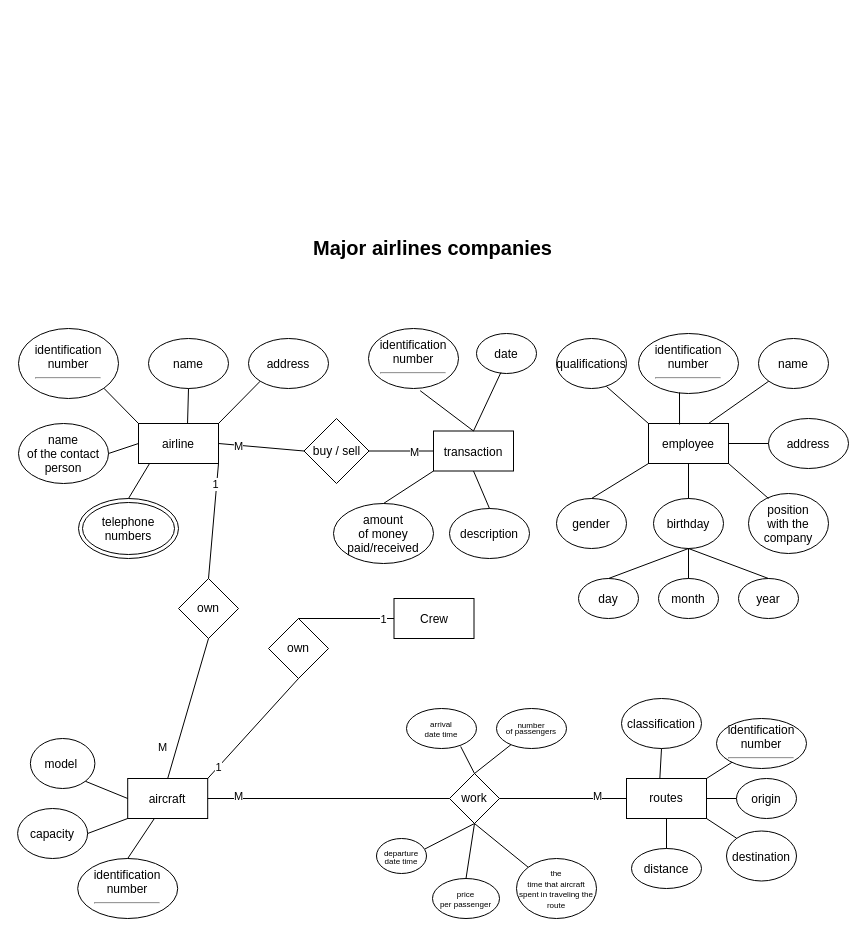
karimsherief/dotnet-erd keeps this draw.io diagram as Major airlines companies.drawio. Above is the earlier version. Source tidied: cells renumbered, new cells numbered last; positions are measured from the earlier drawing's top-left corner, leaving out a move shared by most shapes. Both pictures are drawn from the tidied source at 100%, with x=0, y=0 at pixel (17, 228).
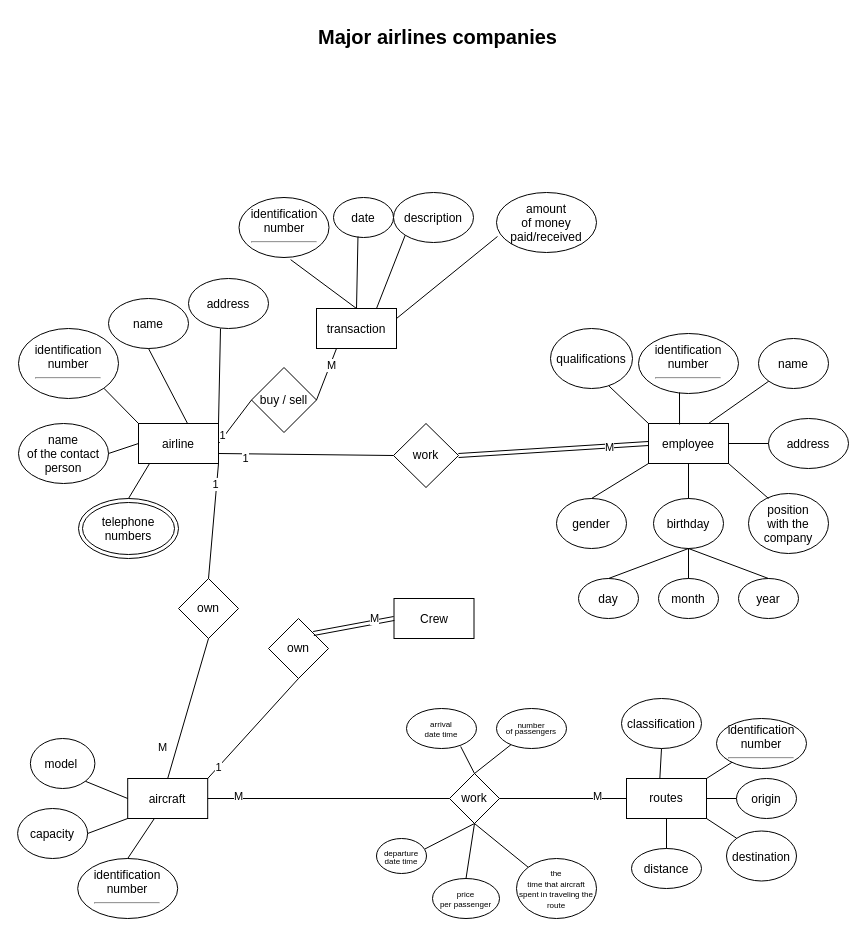
The same page after the edit.

The change refers to these unchanged cells:
```xml
<mxCell id="5" value="&lt;span style=&quot;font-family: Arial, sans-serif; position: relative; top: 0.5pt;&quot;&gt;&lt;font style=&quot;font-size: 12px;&quot;&gt;employee&lt;/font&gt;&lt;/span&gt;" style="rounded=0;whiteSpace=wrap;html=1;" parent="1" vertex="1">
  <mxGeometry x="631" y="195" width="80" height="40" as="geometry" />
</mxCell>
<mxCell id="6" value="&lt;span style=&quot;font-family: Arial, sans-serif; position: relative; top: 0.5pt;&quot;&gt;&lt;font style=&quot;font-size: 12px;&quot;&gt;airline&lt;/font&gt;&lt;/span&gt;" style="rounded=0;whiteSpace=wrap;html=1;" parent="1" vertex="1">
  <mxGeometry x="121" y="195" width="80" height="40" as="geometry" />
</mxCell>
<mxCell id="73" value="own" style="rhombus;whiteSpace=wrap;html=1;" parent="1" vertex="1">
  <mxGeometry x="251" y="390" width="60" height="60" as="geometry" />
</mxCell>
<mxCell id="76" value="&lt;span style=&quot;font-family: Arial, sans-serif; position: relative; top: 0.5pt;&quot;&gt;&lt;font style=&quot;font-size: 12px;&quot;&gt;Crew&lt;/font&gt;&lt;/span&gt;" style="rounded=0;whiteSpace=wrap;html=1;" parent="1" vertex="1">
  <mxGeometry x="376.5" y="370" width="80" height="40" as="geometry" />
</mxCell>
<mxCell id="80" style="endArrow=none;html=1;rounded=0;entryX=1;entryY=0.5;entryDx=0;entryDy=0;exitX=0;exitY=0.5;exitDx=0;exitDy=0;" parent="1" edge="1" source="79" target="6">
  <mxGeometry relative="1" as="geometry" />
</mxCell>
```

What changed in the source:
```diff
@@
     <mxCell id="2" value="&lt;b style=&quot;mso-bidi-font-weight:normal&quot;&gt;&lt;span style=&quot;font-family: Arial, sans-serif; position: relative; top: 0.5pt;&quot;&gt;&lt;font style=&quot;font-size: 20px;&quot;&gt;Major airlines companies&lt;/font&gt;&lt;/span&gt;&lt;/b&gt;" style="text;whiteSpace=wrap;html=1;fixedWidth=0;" parent="1" vertex="1">
-      <mxGeometry x="294" width="245" height="40" as="geometry" />
+      <mxGeometry x="299" y="-211" width="245" height="40" as="geometry" />
     </mxCell>
@@
     <mxCell id="9" value="&lt;span style=&quot;font-family: Arial, sans-serif; position: relative; top: 0.5pt;&quot;&gt;&lt;font style=&quot;font-size: 12px;&quot;&gt;name&lt;/font&gt;&lt;/span&gt;" style="ellipse;whiteSpace=wrap;html=1;" parent="1" vertex="1">
-      <mxGeometry x="131" y="110" width="80" height="50" as="geometry" />
+      <mxGeometry x="91" y="70" width="80" height="50" as="geometry" />
     </mxCell>
     <mxCell id="10" value="&lt;span style=&quot;font-family: Arial, sans-serif; position: relative; top: 0.5pt;&quot;&gt;&lt;font style=&quot;font-size: 12px;&quot;&gt;address&lt;/font&gt;&lt;/span&gt;" style="ellipse;whiteSpace=wrap;html=1;" parent="1" vertex="1">
-      <mxGeometry x="231" y="110" width="80" height="50" as="geometry" />
+      <mxGeometry x="171" y="50" width="80" height="50" as="geometry" />
     </mxCell>
@@
-    <mxCell id="16" style="endArrow=none;html=1;rounded=0;entryX=1;entryY=0;entryDx=0;entryDy=0;exitX=0;exitY=1;exitDx=0;exitDy=0;" parent="1" edge="1" source="10" target="6">
+    <mxCell id="16" style="endArrow=none;html=1;rounded=0;entryX=1;entryY=0;entryDx=0;entryDy=0;exitX=0.4;exitY=1;exitDx=0;exitDy=0;exitPerimeter=0;" parent="1" edge="1" source="10" target="6">
       <mxGeometry relative="1" as="geometry" />
     </mxCell>
@@
     <mxCell id="18" value="&lt;span style=&quot;font-family: Arial, sans-serif; position: relative; top: 0.5pt;&quot;&gt;&lt;font style=&quot;font-size: 12px;&quot;&gt;qualifications&lt;/font&gt;&lt;/span&gt;" style="ellipse;whiteSpace=wrap;html=1;" parent="1" vertex="1">
-      <mxGeometry x="539" y="110" width="70" height="50" as="geometry" />
+      <mxGeometry x="533" y="100" width="82" height="60" as="geometry" />
     </mxCell>
@@
-    <mxCell id="77" style="endArrow=none;html=1;rounded=0;entryX=0.5;entryY=0;entryDx=0;entryDy=0;exitX=0;exitY=0.5;exitDx=0;exitDy=0;" parent="1" edge="1" source="76" target="73">
-      <mxGeometry relative="1" as="geometry" />
-    </mxCell>
-    <mxCell id="78" value="1" style="edgeLabel;html=1;align=center;verticalAlign=middle;" parent="77" vertex="1">
-      <mxGeometry x="-0.77" relative="1" as="geometry" />
-    </mxCell>
     <mxCell id="79" value="buy / sell" style="rhombus;whiteSpace=wrap;html=1;" parent="1" vertex="1">
-      <mxGeometry x="286.5" y="190" width="65" height="65" as="geometry" />
+      <mxGeometry x="234" y="139" width="65" height="65" as="geometry" />
     </mxCell>
@@
-    <mxCell id="81" value="M" style="edgeLabel;html=1;align=center;verticalAlign=middle;" parent="80" vertex="1">
-      <mxGeometry x="0.53" y="1" relative="1" as="geometry" />
-    </mxCell>
+    <mxCell id="93" value="1" style="edgeLabel;html=1;align=center;verticalAlign=middle;" parent="80" vertex="1">
+      <mxGeometry x="0.68" y="-2" relative="1" as="geometry" />
+    </mxCell>
     <mxCell id="82" value="&lt;span style=&quot;font-family: Arial, sans-serif; position: relative; top: 0.5pt;&quot;&gt;&lt;font style=&quot;font-size: 12px;&quot;&gt;transaction&lt;/font&gt;&lt;/span&gt;" style="rounded=0;whiteSpace=wrap;html=1;" parent="1" vertex="1">
-      <mxGeometry x="416" y="202.5" width="80" height="40" as="geometry" />
+      <mxGeometry x="299" y="80" width="80" height="40" as="geometry" />
     </mxCell>
-    <mxCell id="83" style="endArrow=none;html=1;rounded=0;entryX=1;entryY=0.5;entryDx=0;entryDy=0;exitX=0;exitY=0.5;exitDx=0;exitDy=0;" parent="1" edge="1" source="82" target="79">
+    <mxCell id="83" style="endArrow=none;html=1;rounded=0;entryX=1;entryY=0.5;entryDx=0;entryDy=0;exitX=0.25;exitY=1;exitDx=0;exitDy=0;" parent="1" edge="1" source="82" target="79">
       <mxGeometry relative="1" as="geometry" />
     </mxCell>
@@
     <mxCell id="85" value="&lt;span style=&quot;font-family: Arial, sans-serif; position: relative; top: 0.5pt;&quot;&gt;&lt;font style=&quot;font-size: 12px;&quot;&gt;description&lt;/font&gt;&lt;/span&gt;" style="ellipse;whiteSpace=wrap;html=1;" parent="1" vertex="1">
-      <mxGeometry x="432" y="280" width="80" height="50" as="geometry" />
+      <mxGeometry x="376" y="-36" width="80" height="50" as="geometry" />
     </mxCell>
     <mxCell id="86" value="&lt;span style=&quot;font-family: Arial, sans-serif; position: relative; top: 0.5pt;&quot;&gt;&lt;font style=&quot;font-size: 12px;&quot;&gt;date&lt;/font&gt;&lt;/span&gt;" style="ellipse;whiteSpace=wrap;html=1;" parent="1" vertex="1">
-      <mxGeometry x="459" y="105" width="60" height="40" as="geometry" />
+      <mxGeometry x="316" y="-31" width="60" height="40" as="geometry" />
     </mxCell>
     <mxCell id="87" value="&lt;span style=&quot;font-family: Arial, sans-serif; position: relative; top: 0.5pt;&quot;&gt;&lt;font style=&quot;font-size: 12px;&quot;&gt;identification&lt;br/&gt;number&lt;/font&gt;&lt;/span&gt;&lt;hr&gt;" style="ellipse;whiteSpace=wrap;html=1;" parent="1" vertex="1">
-      <mxGeometry x="351" y="100" width="90" height="60" as="geometry" />
+      <mxGeometry x="221.5" y="-31" width="90" height="60" as="geometry" />
     </mxCell>
     <mxCell id="88" value="&lt;span style=&quot;font-family: Arial, sans-serif; position: relative; top: 0.5pt;&quot;&gt;&lt;font style=&quot;font-size: 12px;&quot;&gt;amount&lt;br/&gt;of money paid/received&lt;/font&gt;&lt;/span&gt;" style="ellipse;whiteSpace=wrap;html=1;" parent="1" vertex="1">
-      <mxGeometry x="316" y="275" width="100" height="60" as="geometry" />
+      <mxGeometry x="479" y="-36" width="100" height="60" as="geometry" />
     </mxCell>
@@
-    <mxCell id="91" style="endArrow=none;html=1;rounded=0;exitX=0.5;exitY=0;exitDx=0;exitDy=0;entryX=0.5;entryY=1;entryDx=0;entryDy=0;" parent="1" edge="1" source="85" target="82">
+    <mxCell id="91" style="endArrow=none;html=1;rounded=0;exitX=0;exitY=1;exitDx=0;exitDy=0;entryX=0.75;entryY=0;entryDx=0;entryDy=0;" parent="1" edge="1" source="85" target="82">
       <mxGeometry relative="1" as="geometry" />
     </mxCell>
-    <mxCell id="92" style="endArrow=none;html=1;rounded=0;exitX=0.5;exitY=0;exitDx=0;exitDy=0;entryX=0;entryY=1;entryDx=0;entryDy=0;" parent="1" edge="1" source="88" target="82">
+    <mxCell id="92" style="endArrow=none;html=1;rounded=0;exitX=0.01;exitY=0.733;exitDx=0;exitDy=0;entryX=1;entryY=0.25;entryDx=0;entryDy=0;exitPerimeter=0;" parent="1" edge="1" source="88" target="82">
       <mxGeometry relative="1" as="geometry" />
     </mxCell>
+    <mxCell id="94" style="endArrow=none;html=1;rounded=0;exitX=1;exitY=0.75;exitDx=0;exitDy=0;entryX=0;entryY=0.5;entryDx=0;entryDy=0;" parent="1" edge="1" source="6" target="96">
+      <mxGeometry relative="1" as="geometry" />
+    </mxCell>
+    <mxCell id="95" value="1" style="edgeLabel;html=1;align=center;verticalAlign=middle;" parent="94" vertex="1">
+      <mxGeometry x="-0.69" y="-4" relative="1" as="geometry" />
+    </mxCell>
+    <mxCell id="96" value="work" style="rhombus;whiteSpace=wrap;html=1;" parent="1" vertex="1">
+      <mxGeometry x="376" y="195" width="65" height="64" as="geometry" />
+    </mxCell>
+    <mxCell id="97" style="shape=link;html=1;rounded=0;entryX=0;entryY=0.5;entryDx=0;entryDy=0;exitX=1;exitY=0.5;exitDx=0;exitDy=0;" parent="1" edge="1" source="96" target="5">
+      <mxGeometry relative="1" as="geometry" />
+    </mxCell>
+    <mxCell id="98" value="M" style="edgeLabel;html=1;align=center;verticalAlign=middle;" parent="97" vertex="1">
+      <mxGeometry x="0.59" y="-1" relative="1" as="geometry" />
+    </mxCell>
+    <mxCell id="99" style="shape=link;html=1;rounded=0;exitX=1;exitY=0;exitDx=0;exitDy=0;entryX=0;entryY=0.5;entryDx=0;entryDy=0;" parent="1" edge="1" source="73" target="76">
+      <mxGeometry relative="1" as="geometry" />
+    </mxCell>
+    <mxCell id="100" value="M" style="edgeLabel;html=1;align=center;verticalAlign=middle;" parent="99" vertex="1">
+      <mxGeometry x="0.51" y="4" relative="1" as="geometry" />
+    </mxCell>
```
